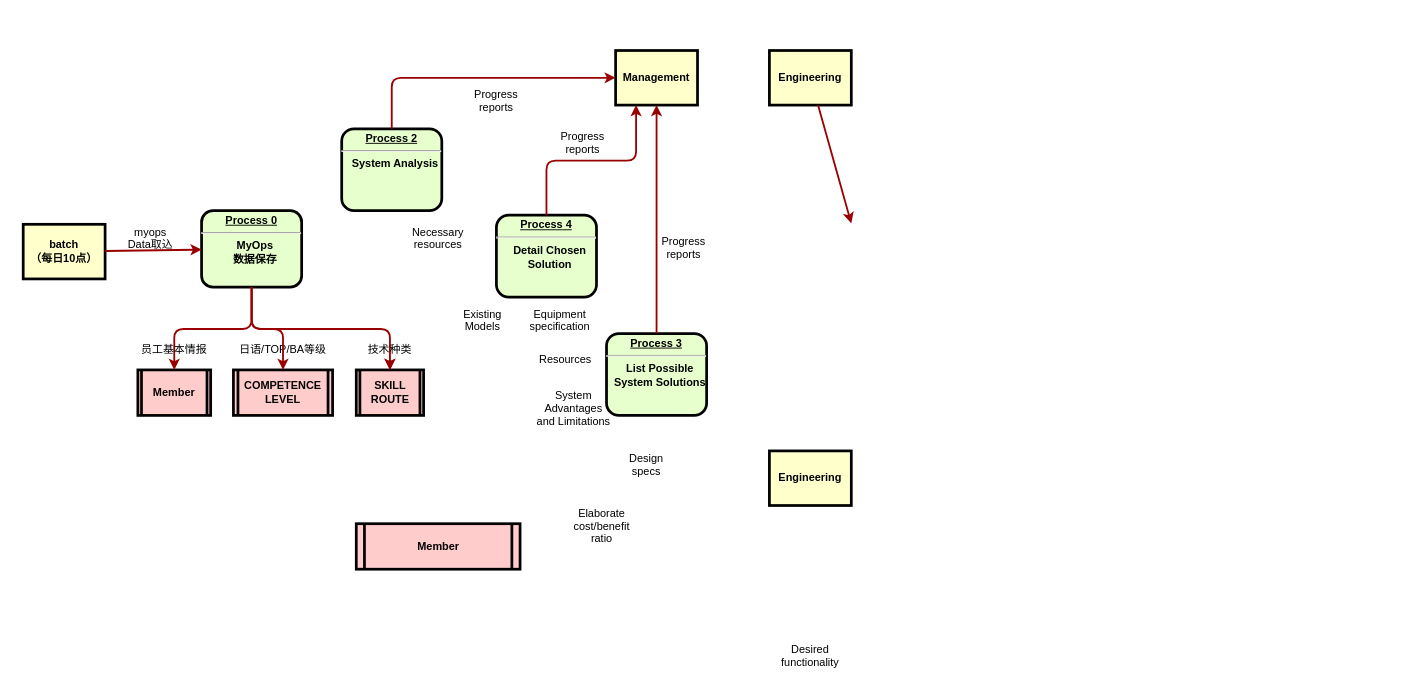
This is src/main/名称未設定ファイル.drawio from danferj/java_learn, a draw.io file, before an edit. Source tidied: cells renumbered, new cells numbered last; positions are measured from the earlier drawing's top-left corner, leaving out a move shared by most shapes. Both pictures are drawn from the tidied source at 91%, with x=0, y=0 at pixel (23, 50).
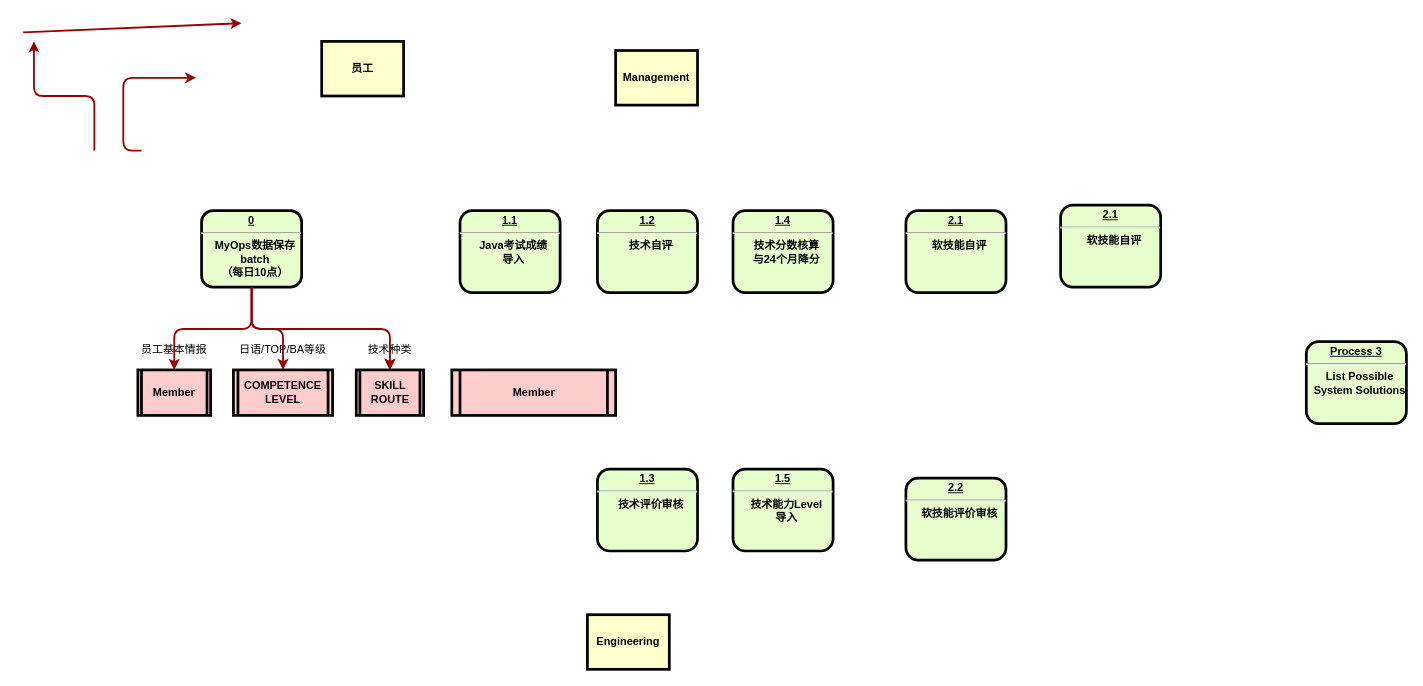
The same diagram, later.

Commit message (it also covers changes not shown here):
名称未設定ファイル.drawio を更新します

Unchanged cells that the change refers to:
```xml
<mxCell id="9" value="Management" style="whiteSpace=wrap;align=center;verticalAlign=middle;fontStyle=1;strokeWidth=3;fillColor=#FFFFCC;" parent="1" vertex="1">
  <mxGeometry x="651" width="90" height="60" as="geometry" />
</mxCell>
```

What changed in the source:
```diff
@@
-    <mxCell id="2" value="&lt;p style=&quot;margin: 0px; margin-top: 4px; text-align: center; text-decoration: underline;&quot;&gt;&lt;strong&gt;Process 0&lt;br&gt;&lt;/strong&gt;&lt;/p&gt;&lt;hr&gt;&lt;p style=&quot;margin: 0px; margin-left: 8px;&quot;&gt;MyOps&lt;/p&gt;&lt;p style=&quot;margin: 0px; margin-left: 8px;&quot;&gt;数据保存&lt;/p&gt;" style="verticalAlign=middle;align=center;overflow=fill;fontSize=12;fontFamily=Helvetica;html=1;rounded=1;fontStyle=1;strokeWidth=3;fillColor=#E6FFCC;" parent="1" vertex="1">
+    <mxCell id="2" value="&lt;p style=&quot;margin: 0px; margin-top: 4px; text-align: center; text-decoration: underline;&quot;&gt;&lt;strong&gt;0&lt;/strong&gt;&lt;/p&gt;&lt;hr&gt;&lt;p style=&quot;margin: 0px; margin-left: 8px;&quot;&gt;MyOps&lt;span style=&quot;background-color: initial;&quot;&gt;数据保存&lt;/span&gt;&lt;/p&gt;&lt;p style=&quot;margin: 0px; margin-left: 8px;&quot;&gt;batch&lt;br style=&quot;border-color: var(--border-color); padding: 0px; margin: 0px;&quot;&gt;&lt;span style=&quot;&quot;&gt;（每日10点）&lt;/span&gt;&lt;br&gt;&lt;/p&gt;" style="verticalAlign=middle;align=center;overflow=fill;fontSize=12;fontFamily=Helvetica;html=1;rounded=1;fontStyle=1;strokeWidth=3;fillColor=#E6FFCC;" parent="1" vertex="1">
       <mxGeometry x="196" y="176" width="110" height="84" as="geometry" />
     </mxCell>
-    <mxCell id="3" value="Engineering" style="whiteSpace=wrap;align=center;verticalAlign=middle;fontStyle=1;strokeWidth=3;fillColor=#FFFFCC;" parent="1" vertex="1">
-      <mxGeometry x="820" width="90" height="60" as="geometry" />
+    <mxCell id="3" value="员工" style="whiteSpace=wrap;align=center;verticalAlign=middle;fontStyle=1;strokeWidth=3;fillColor=#FFFFCC;" parent="1" vertex="1">
+      <mxGeometry x="328" y="-10" width="90" height="60" as="geometry" />
     </mxCell>
-    <mxCell id="4" value="batch&#10;（每日10点）" style="whiteSpace=wrap;align=center;verticalAlign=middle;fontStyle=1;strokeWidth=3;fillColor=#FFFFCC;" parent="1" vertex="1">
-      <mxGeometry y="191" width="90" height="60" as="geometry" />
-    </mxCell>
@@
-    <mxCell id="6" value="&lt;p style=&quot;margin: 0px; margin-top: 4px; text-align: center; text-decoration: underline;&quot;&gt;&lt;strong&gt;Process 2&lt;br /&gt;&lt;/strong&gt;&lt;/p&gt;&lt;hr /&gt;&lt;p style=&quot;margin: 0px; margin-left: 8px;&quot;&gt;System Analysis&lt;/p&gt;" style="verticalAlign=middle;align=center;overflow=fill;fontSize=12;fontFamily=Helvetica;html=1;rounded=1;fontStyle=1;strokeWidth=3;fillColor=#E6FFCC;" parent="1" vertex="1">
-      <mxGeometry x="350" y="86" width="110" height="90" as="geometry" />
+    <mxCell id="6" value="&lt;p style=&quot;margin: 0px; margin-top: 4px; text-align: center; text-decoration: underline;&quot;&gt;1.1&lt;/p&gt;&lt;hr&gt;&lt;p style=&quot;margin: 0px; margin-left: 8px;&quot;&gt;Java考试成绩&lt;/p&gt;&lt;p style=&quot;margin: 0px; margin-left: 8px;&quot;&gt;导入&lt;/p&gt;" style="verticalAlign=middle;align=center;overflow=fill;fontSize=12;fontFamily=Helvetica;html=1;rounded=1;fontStyle=1;strokeWidth=3;fillColor=#E6FFCC;" parent="1" vertex="1">
+      <mxGeometry x="480" y="176" width="110" height="90" as="geometry" />
     </mxCell>
-    <mxCell id="7" value="&lt;p style=&quot;margin: 0px; margin-top: 4px; text-align: center; text-decoration: underline;&quot;&gt;&lt;strong&gt;&lt;strong&gt;Process&lt;/strong&gt; 3&lt;br /&gt;&lt;/strong&gt;&lt;/p&gt;&lt;hr /&gt;&lt;p style=&quot;margin: 0px; margin-left: 8px;&quot;&gt;List Possible&lt;/p&gt;&lt;p style=&quot;margin: 0px; margin-left: 8px;&quot;&gt;System Solutions&lt;/p&gt;" style="verticalAlign=middle;align=center;overflow=fill;fontSize=12;fontFamily=Helvetica;html=1;rounded=1;fontStyle=1;strokeWidth=3;fillColor=#E6FFCC;" parent="1" vertex="1">
-      <mxGeometry x="641" y="311" width="110" height="90" as="geometry" />
+    <mxCell id="7" value="&lt;p style=&quot;margin: 0px; margin-top: 4px; text-align: center; text-decoration: underline;&quot;&gt;1.4&lt;/p&gt;&lt;hr&gt;&lt;p style=&quot;margin: 0px; margin-left: 8px;&quot;&gt;技术分数核算&lt;/p&gt;&lt;p style=&quot;margin: 0px; margin-left: 8px;&quot;&gt;与24个月降分&lt;/p&gt;" style="verticalAlign=middle;align=center;overflow=fill;fontSize=12;fontFamily=Helvetica;html=1;rounded=1;fontStyle=1;strokeWidth=3;fillColor=#E6FFCC;" parent="1" vertex="1">
+      <mxGeometry x="780" y="176" width="110" height="90" as="geometry" />
     </mxCell>
-    <mxCell id="8" value="&lt;p style=&quot;margin: 0px; margin-top: 4px; text-align: center; text-decoration: underline;&quot;&gt;&lt;strong&gt;&lt;strong&gt;Process&lt;/strong&gt; 4&lt;br /&gt;&lt;/strong&gt;&lt;/p&gt;&lt;hr /&gt;&lt;p style=&quot;margin: 0px; margin-left: 8px;&quot;&gt;Detail Chosen&lt;/p&gt;&lt;p style=&quot;margin: 0px; margin-left: 8px;&quot;&gt;Solution&lt;/p&gt;" style="verticalAlign=middle;align=center;overflow=fill;fontSize=12;fontFamily=Helvetica;html=1;rounded=1;fontStyle=1;strokeWidth=3;fillColor=#E6FFCC;" parent="1" vertex="1">
-      <mxGeometry x="520" y="181" width="110" height="90" as="geometry" />
+    <mxCell id="8" value="&lt;p style=&quot;margin: 0px; margin-top: 4px; text-align: center; text-decoration: underline;&quot;&gt;1.2&lt;/p&gt;&lt;hr&gt;&lt;p style=&quot;margin: 0px; margin-left: 8px;&quot;&gt;技术自评&lt;/p&gt;" style="verticalAlign=middle;align=center;overflow=fill;fontSize=12;fontFamily=Helvetica;html=1;rounded=1;fontStyle=1;strokeWidth=3;fillColor=#E6FFCC;" parent="1" vertex="1">
+      <mxGeometry x="631" y="176" width="110" height="90" as="geometry" />
     </mxCell>
@@
     <mxCell id="10" value="Engineering" style="whiteSpace=wrap;align=center;verticalAlign=middle;fontStyle=1;strokeWidth=3;fillColor=#FFFFCC;" parent="1" vertex="1">
-      <mxGeometry x="820" y="440" width="90" height="60" as="geometry" />
+      <mxGeometry x="620" y="620" width="90" height="60" as="geometry" />
     </mxCell>
-    <mxCell id="11" style="edgeStyle=none;noEdgeStyle=1;strokeColor=#990000;strokeWidth=2;" parent="1" edge="1" source="3">
+    <mxCell id="11" style="edgeStyle=none;noEdgeStyle=1;strokeColor=#990000;strokeWidth=2;" parent="1" edge="1">
       <mxGeometry relative="1" as="geometry">
-        <mxPoint x="910" y="190" as="targetPoint" />
+        <mxPoint y="-20" as="sourcePoint" />
+        <mxPoint x="240" y="-30" as="targetPoint" />
       </mxGeometry>
     </mxCell>
-    <mxCell id="12" style="edgeStyle=none;noEdgeStyle=1;strokeColor=#990000;strokeWidth=2;" parent="1" edge="1" source="4" target="2">
-      <mxGeometry relative="1" as="geometry" />
-    </mxCell>
-    <mxCell id="13" value="myops&#10;Data取込" style="text;spacingTop=-5;align=center;" parent="1" vertex="1">
-      <mxGeometry x="125" y="191" width="30" height="20" as="geometry" />
-    </mxCell>
-    <mxCell id="14" value="Desired &#10;functionality" style="text;spacingTop=-5;align=center;" parent="1" vertex="1">
-      <mxGeometry x="850" y="650" width="30" height="20" as="geometry" />
-    </mxCell>
-    <mxCell id="15" value="Elaborate&#10;cost/benefit&#10;ratio" style="text;spacingTop=-5;align=center;" parent="1" vertex="1">
-      <mxGeometry x="621" y="500" width="30" height="20" as="geometry" />
-    </mxCell>
@@
-    <mxCell id="17" value="Necessary&#10;resources" style="text;spacingTop=-5;align=center;" parent="1" vertex="1">
-      <mxGeometry x="441" y="191" width="30" height="20" as="geometry" />
-    </mxCell>
-    <mxCell id="18" value="Progress&#10;reports" style="text;spacingTop=-5;align=center;" parent="1" vertex="1">
-      <mxGeometry x="505" y="40" width="30" height="20" as="geometry" />
-    </mxCell>
-    <mxCell id="19" value="Progress&#10;reports" style="text;spacingTop=-5;align=center;" parent="1" vertex="1">
-      <mxGeometry x="600" y="86" width="30" height="20" as="geometry" />
-    </mxCell>
-    <mxCell id="20" value="Progress&#10;reports" style="text;spacingTop=-5;align=center;" parent="1" vertex="1">
-      <mxGeometry x="711" y="201" width="30" height="20" as="geometry" />
-    </mxCell>
-    <mxCell id="21" style="edgeStyle=elbowEdgeStyle;elbow=horizontal;strokeColor=#990000;strokeWidth=2;" parent="1" edge="1" source="6" target="9">
+    <mxCell id="21" style="edgeStyle=elbowEdgeStyle;elbow=horizontal;strokeColor=#990000;strokeWidth=2;" parent="1" edge="1">
       <mxGeometry relative="1" as="geometry">
+        <mxPoint x="130" y="110" as="sourcePoint" />
+        <mxPoint x="190" y="30" as="targetPoint" />
         <Array as="points">
-          <mxPoint x="405" y="80" />
+          <mxPoint x="110" y="30" />
         </Array>
       </mxGeometry>
     </mxCell>
-    <mxCell id="22" style="edgeStyle=elbowEdgeStyle;elbow=vertical;entryX=0.25;entryY=1;strokeColor=#990000;strokeWidth=2;" parent="1" edge="1" source="8" target="9">
-      <mxGeometry relative="1" as="geometry" />
+    <mxCell id="22" style="edgeStyle=elbowEdgeStyle;elbow=vertical;strokeColor=#990000;strokeWidth=2;" parent="1" edge="1">
+      <mxGeometry relative="1" as="geometry">
+        <mxPoint x="78.2" y="110" as="sourcePoint" />
+        <mxPoint x="11.8" y="-10" as="targetPoint" />
+        <Array as="points">
+          <mxPoint x="168.2" y="50" />
+        </Array>
+      </mxGeometry>
     </mxCell>
-    <mxCell id="23" style="edgeStyle=elbowEdgeStyle;elbow=horizontal;strokeColor=#990000;strokeWidth=2;" parent="1" edge="1" source="7" target="9">
-      <mxGeometry relative="1" as="geometry" />
-    </mxCell>
-    <mxCell id="24" value="Existing&#10;Models" style="text;spacingTop=-5;align=center;" parent="1" vertex="1">
-      <mxGeometry x="490" y="281" width="30" height="20" as="geometry" />
-    </mxCell>
-    <mxCell id="25" value="Equipment&#10;specification" style="text;spacingTop=-5;align=center;" parent="1" vertex="1">
-      <mxGeometry x="575" y="281" width="30" height="20" as="geometry" />
-    </mxCell>
-    <mxCell id="26" value="Resources" style="text;spacingTop=-5;align=center;" parent="1" vertex="1">
-      <mxGeometry x="581" y="331" width="30" height="20" as="geometry" />
-    </mxCell>
-    <mxCell id="27" value="System &#10;Advantages &#10;and Limitations" style="text;spacingTop=-5;align=center;" parent="1" vertex="1">
-      <mxGeometry x="590" y="371" width="30" height="20" as="geometry" />
-    </mxCell>
-    <mxCell id="28" value="Design&#10;specs" style="text;spacingTop=-5;align=center;" parent="1" vertex="1">
-      <mxGeometry x="670" y="440" width="30" height="20" as="geometry" />
-    </mxCell>
@@
     <mxCell id="30" value="Member" style="shape=process;whiteSpace=wrap;align=center;verticalAlign=middle;size=0.0475;fontStyle=1;strokeWidth=3;fillColor=#FFCCCC;" parent="1" vertex="1">
-      <mxGeometry x="366" y="520" width="180" height="50" as="geometry" />
+      <mxGeometry x="471" y="351" width="180" height="50" as="geometry" />
     </mxCell>
@@
+    <mxCell id="38" style="edgeStyle=orthogonalEdgeStyle;rounded=0;orthogonalLoop=1;jettySize=auto;html=1;exitX=0.5;exitY=1;exitDx=0;exitDy=0;" parent="1" edge="1" source="6" target="6">
+      <mxGeometry relative="1" as="geometry" />
+    </mxCell>
+    <mxCell id="39" value="&lt;p style=&quot;margin: 0px; margin-top: 4px; text-align: center; text-decoration: underline;&quot;&gt;&lt;strong&gt;&lt;strong&gt;Process&lt;/strong&gt; 3&lt;br /&gt;&lt;/strong&gt;&lt;/p&gt;&lt;hr /&gt;&lt;p style=&quot;margin: 0px; margin-left: 8px;&quot;&gt;List Possible&lt;/p&gt;&lt;p style=&quot;margin: 0px; margin-left: 8px;&quot;&gt;System Solutions&lt;/p&gt;" style="verticalAlign=middle;align=center;overflow=fill;fontSize=12;fontFamily=Helvetica;html=1;rounded=1;fontStyle=1;strokeWidth=3;fillColor=#E6FFCC;" parent="1" vertex="1">
+      <mxGeometry x="1410" y="320" width="110" height="90" as="geometry" />
+    </mxCell>
+    <mxCell id="40" value="&lt;p style=&quot;margin: 0px; margin-top: 4px; text-align: center; text-decoration: underline;&quot;&gt;1.3&lt;/p&gt;&lt;hr&gt;&lt;p style=&quot;margin: 0px; margin-left: 8px;&quot;&gt;技术评价审核&lt;/p&gt;" style="verticalAlign=middle;align=center;overflow=fill;fontSize=12;fontFamily=Helvetica;html=1;rounded=1;fontStyle=1;strokeWidth=3;fillColor=#E6FFCC;" parent="1" vertex="1">
+      <mxGeometry x="631" y="460" width="110" height="90" as="geometry" />
+    </mxCell>
+    <mxCell id="41" value="&lt;p style=&quot;margin: 0px; margin-top: 4px; text-align: center; text-decoration: underline;&quot;&gt;&lt;strong&gt;2.1&lt;/strong&gt;&lt;/p&gt;&lt;hr&gt;&lt;p style=&quot;margin: 0px; margin-left: 8px;&quot;&gt;软技能自评&lt;/p&gt;" style="verticalAlign=middle;align=center;overflow=fill;fontSize=12;fontFamily=Helvetica;html=1;rounded=1;fontStyle=1;strokeWidth=3;fillColor=#E6FFCC;" parent="1" vertex="1">
+      <mxGeometry x="1140" y="170" width="110" height="90" as="geometry" />
+    </mxCell>
+    <mxCell id="42" value="&lt;p style=&quot;margin: 0px; margin-top: 4px; text-align: center; text-decoration: underline;&quot;&gt;&lt;strong&gt;2.2&lt;/strong&gt;&lt;/p&gt;&lt;hr&gt;&lt;p style=&quot;margin: 0px; margin-left: 8px;&quot;&gt;软技能评价审核&lt;/p&gt;" style="verticalAlign=middle;align=center;overflow=fill;fontSize=12;fontFamily=Helvetica;html=1;rounded=1;fontStyle=1;strokeWidth=3;fillColor=#E6FFCC;" parent="1" vertex="1">
+      <mxGeometry x="970" y="470" width="110" height="90" as="geometry" />
+    </mxCell>
+    <mxCell id="43" value="&lt;p style=&quot;margin: 0px; margin-top: 4px; text-align: center; text-decoration: underline;&quot;&gt;&lt;strong&gt;2.1&lt;/strong&gt;&lt;/p&gt;&lt;hr&gt;&lt;p style=&quot;margin: 0px; margin-left: 8px;&quot;&gt;软技能自评&lt;/p&gt;" style="verticalAlign=middle;align=center;overflow=fill;fontSize=12;fontFamily=Helvetica;html=1;rounded=1;fontStyle=1;strokeWidth=3;fillColor=#E6FFCC;" parent="1" vertex="1">
+      <mxGeometry x="970" y="176" width="110" height="90" as="geometry" />
+    </mxCell>
+    <mxCell id="44" value="&lt;p style=&quot;margin: 0px; margin-top: 4px; text-align: center; text-decoration: underline;&quot;&gt;1.5&lt;/p&gt;&lt;hr&gt;&lt;p style=&quot;margin: 0px; margin-left: 8px;&quot;&gt;技术能力Level&lt;/p&gt;&lt;p style=&quot;margin: 0px; margin-left: 8px;&quot;&gt;导入&lt;/p&gt;" style="verticalAlign=middle;align=center;overflow=fill;fontSize=12;fontFamily=Helvetica;html=1;rounded=1;fontStyle=1;strokeWidth=3;fillColor=#E6FFCC;" parent="1" vertex="1">
+      <mxGeometry x="780" y="460" width="110" height="90" as="geometry" />
+    </mxCell>
```
